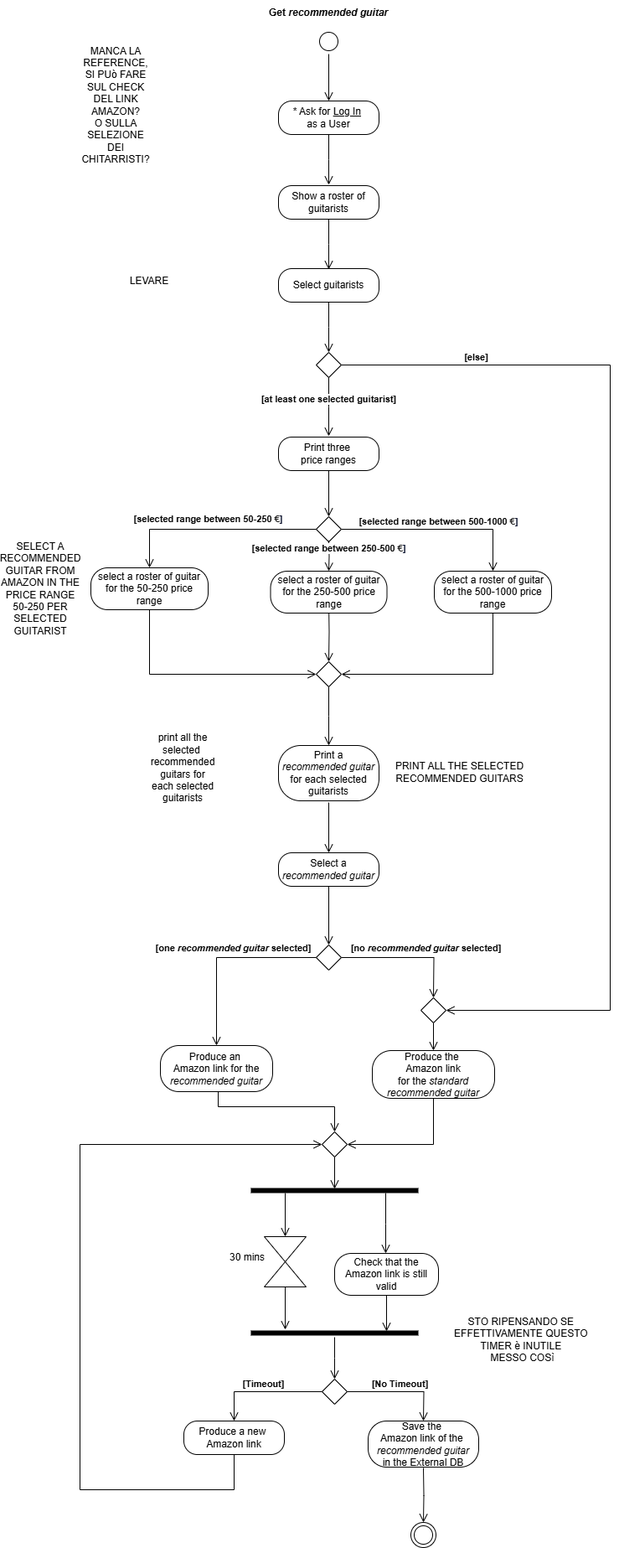
The draw.io diagram ActivityDiagramM.drawio.png in TizianoLilli/ISPW-Project, before a commit. Source tidied: cells renumbered, new cells last; positions are measured from the earlier drawing's top-left corner, leaving out a move shared by most shapes.
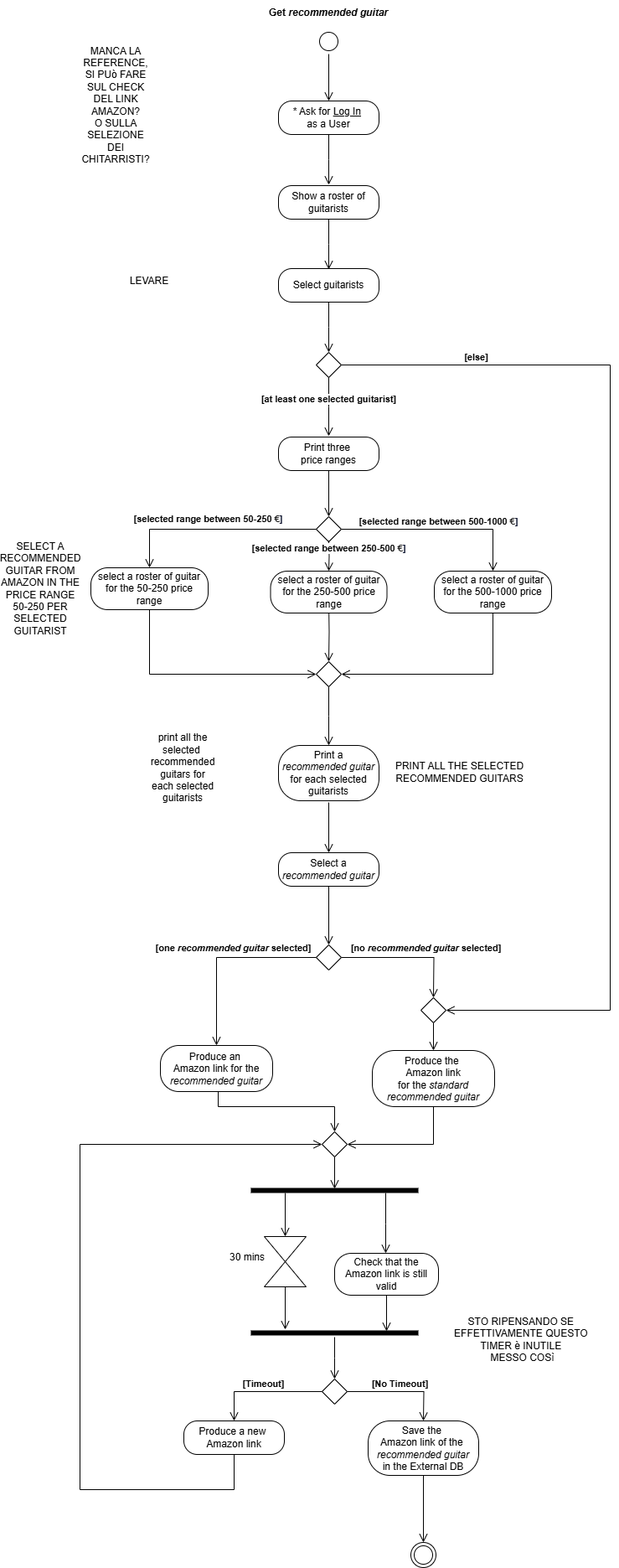
Above is the later version.

What changed in the source:
```diff
@@ -142,7 +142,7 @@
       </mxGeometry>
     </mxCell>
     <mxCell id="35" value="Save the&amp;nbsp;&lt;div&gt;Amazon link&amp;nbsp;&lt;span style=&quot;background-color: initial;&quot;&gt;of the&amp;nbsp;&lt;/span&gt;&lt;div&gt;&lt;div&gt;&lt;i&gt;recommended guitar&lt;/i&gt;&lt;/div&gt;&lt;div&gt;in the External DB&lt;/div&gt;&lt;/div&gt;&lt;/div&gt;" style="rounded=1;whiteSpace=wrap;html=1;arcSize=40;labelBackgroundColor=none;" parent="1" vertex="1">
-      <mxGeometry x="421" y="1695" width="132" height="55" as="geometry" />
+      <mxGeometry x="421" y="1695" width="132" height="65" as="geometry" />
     </mxCell>
     <mxCell id="36" value="&lt;b&gt;[Timeout]&lt;/b&gt;" style="edgeStyle=orthogonalEdgeStyle;html=1;verticalAlign=bottom;endArrow=open;endSize=8;rounded=0;exitX=0;exitY=0.5;exitDx=0;exitDy=0;labelBackgroundColor=none;fontColor=default;" parent="1" edge="1" source="26" target="37">
       <mxGeometry relative="1" as="geometry" />
@@ -166,13 +166,8 @@
       <mxGeometry relative="1" as="geometry" />
     </mxCell>
     <mxCell id="41" style="ellipse;html=1;shape=endState;labelBackgroundColor=none;" parent="1" vertex="1">
-      <mxGeometry x="472" y="1816" width="30" height="30" as="geometry" />
+      <mxGeometry x="472" y="1840" width="30" height="30" as="geometry" />
     </mxCell>
-    <mxCell id="42" style="edgeStyle=orthogonalEdgeStyle;html=1;verticalAlign=bottom;endArrow=open;endSize=8;rounded=0;entryX=0.5;entryY=0;entryDx=0;entryDy=0;exitX=0.5;exitY=1;exitDx=0;exitDy=0;labelBackgroundColor=none;fontColor=default;" parent="1" edge="1" target="41">
-      <mxGeometry relative="1" as="geometry">
-        <mxPoint x="487" y="1751" as="sourcePoint" />
-      </mxGeometry>
-    </mxCell>
     <mxCell id="43" style="ellipse;html=1;shape=startState;labelBackgroundColor=none;" parent="1" vertex="1">
       <mxGeometry x="359" y="34" width="30" height="30" as="geometry" />
     </mxCell>
@@ -218,7 +213,7 @@
       <mxGeometry x="-0.12" y="-2" relative="1" as="geometry" />
     </mxCell>
     <mxCell id="57" value="Produce the&amp;nbsp;&lt;div&gt;Amazon link&lt;div&gt;for the &lt;i&gt;standard&lt;/i&gt;&lt;/div&gt;&lt;div&gt;&lt;i&gt;recommended guitar&lt;/i&gt;&lt;/div&gt;&lt;/div&gt;" style="rounded=1;whiteSpace=wrap;html=1;arcSize=40;labelBackgroundColor=none;" parent="1" vertex="1">
-      <mxGeometry x="426" y="1253" width="146" height="57" as="geometry" />
+      <mxGeometry x="426" y="1253" width="146" height="67" as="geometry" />
     </mxCell>
     <mxCell id="58" style="edgeStyle=orthogonalEdgeStyle;html=1;verticalAlign=bottom;endArrow=open;endSize=8;rounded=0;labelBackgroundColor=none;fontColor=default;entryX=1;entryY=0.5;entryDx=0;entryDy=0;exitX=0.5;exitY=1;exitDx=0;exitDy=0;" parent="1" edge="1" source="57" target="39">
       <mxGeometry relative="1" as="geometry">
@@ -265,5 +260,8 @@
     <mxCell id="67" value="LEVARE" style="text;html=1;align=center;verticalAlign=middle;whiteSpace=wrap;rounded=0;" parent="1" vertex="1">
       <mxGeometry x="130" y="320" width="60" height="30" as="geometry" />
     </mxCell>
+    <mxCell id="68" style="edgeStyle=orthogonalEdgeStyle;html=1;verticalAlign=bottom;endArrow=open;endSize=8;rounded=0;labelBackgroundColor=none;fontColor=default;entryX=0.5;entryY=0;entryDx=0;entryDy=0;exitX=0.5;exitY=1;exitDx=0;exitDy=0;" parent="1" edge="1" source="35" target="41">
+      <mxGeometry relative="1" as="geometry" />
+    </mxCell>
   </root>
 </mxGraphModel>
```
